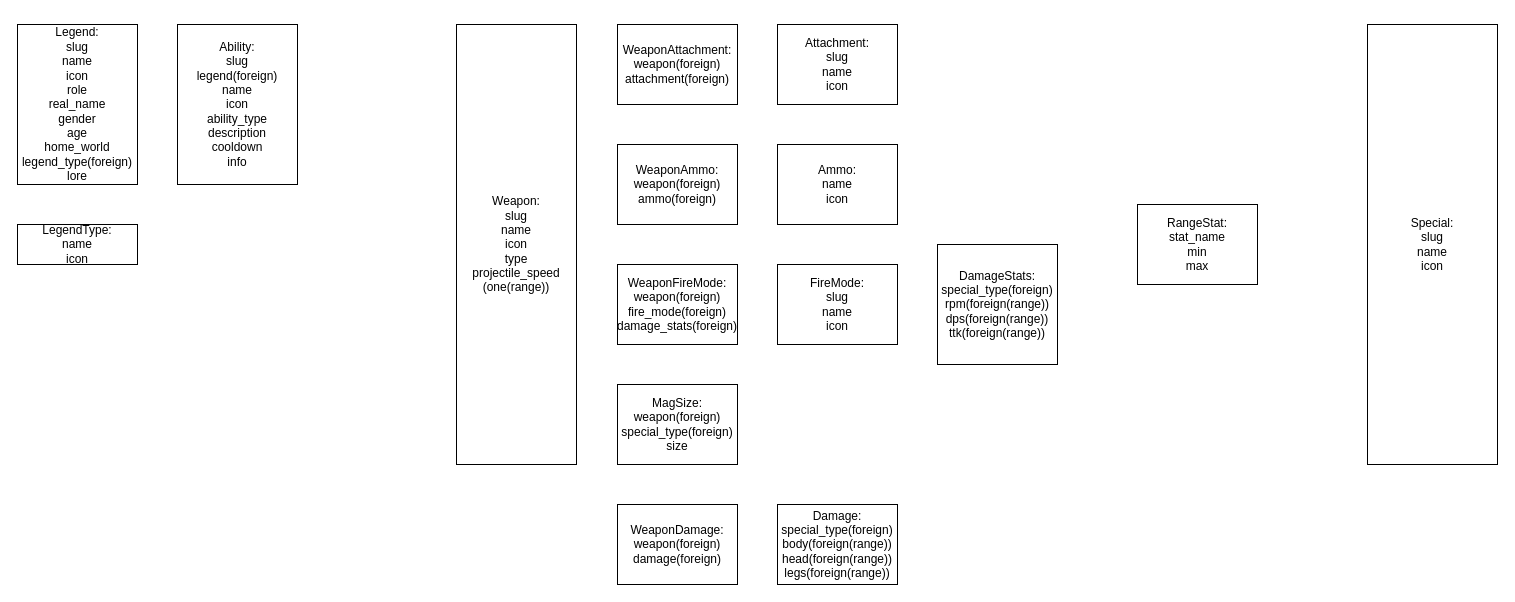
This is docs/db_diagram_v1.0.drawio from mys1erious/apex-buff-backend, a draw.io file, before an edit. Source tidied: cells renumbered, new cells numbered last; positions are measured from the earlier drawing's top-left corner, leaving out a move shared by most shapes. Both pictures are drawn from the tidied source at 100%, with x=0, y=0 at pixel (17, 24).
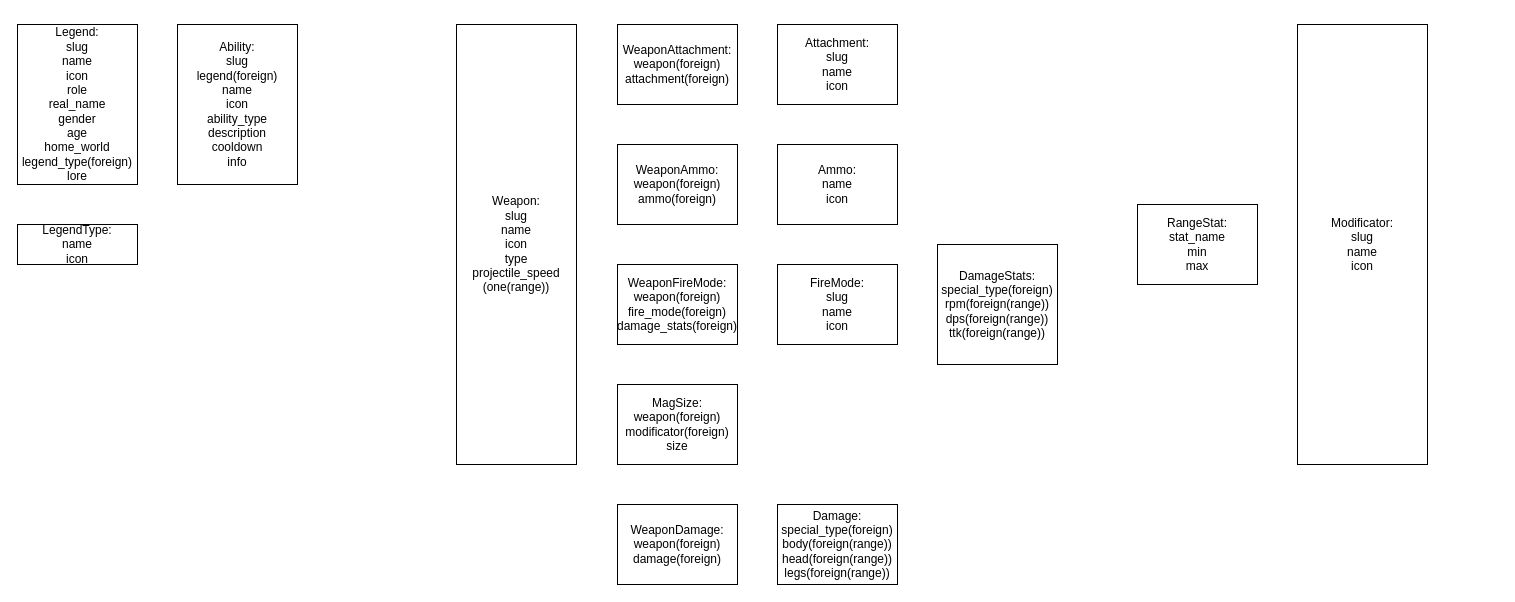
Above is the later version.

Commit message (it also covers changes not shown here):
feat: weapon damage

What changed in the source:
```diff
@@
 <mxGraphModel>
   <root>
     <mxCell id="0" />
     <mxCell id="1" parent="0" />
     <mxCell id="2" style="edgeStyle=orthogonalEdgeStyle;rounded=0;orthogonalLoop=1;jettySize=auto;html=1;exitX=0.5;exitY=0;exitDx=0;exitDy=0;exitPerimeter=0;entryX=0.5;entryY=0;entryDx=0;entryDy=0;" parent="1" edge="1" source="3" target="3">
       <mxGeometry relative="1" as="geometry" />
     </mxCell>
     <mxCell id="3" value="Legend:&lt;br&gt;slug&lt;br&gt;name&lt;br&gt;icon&lt;br&gt;role&lt;br&gt;real_name&lt;br&gt;gender&lt;br&gt;age&lt;br&gt;home_world&lt;br&gt;legend_type(foreign)&lt;br&gt;lore" style="rounded=0;whiteSpace=wrap;html=1;" parent="1" vertex="1">
       <mxGeometry width="120" height="160" as="geometry" />
     </mxCell>
     <mxCell id="4" value="Ability:&lt;br&gt;slug&lt;br&gt;legend(foreign)&lt;br&gt;name&lt;br&gt;icon&lt;br&gt;ability_type&lt;br&gt;description&lt;br&gt;cooldown&lt;br&gt;info" style="rounded=0;whiteSpace=wrap;html=1;" parent="1" vertex="1">
       <mxGeometry x="160" width="120" height="160" as="geometry" />
     </mxCell>
     <mxCell id="5" value="Weapon:&lt;br&gt;slug&lt;br&gt;name&lt;br&gt;icon&lt;br&gt;type&lt;br&gt;projectile_speed&lt;br&gt;(one(range))" style="rounded=0;whiteSpace=wrap;html=1;" parent="1" vertex="1">
       <mxGeometry x="439" width="120" height="440" as="geometry" />
     </mxCell>
     <mxCell id="6" value="LegendType:&lt;br&gt;name&lt;br&gt;icon" style="rounded=0;whiteSpace=wrap;html=1;" parent="1" vertex="1">
       <mxGeometry y="200" width="120" height="40" as="geometry" />
     </mxCell>
     <mxCell id="7" value="Ammo:&lt;br&gt;name&lt;br&gt;icon" style="rounded=0;whiteSpace=wrap;html=1;" parent="1" vertex="1">
       <mxGeometry x="760" y="120" width="120" height="80" as="geometry" />
     </mxCell>
     <mxCell id="8" value="Attachment:&lt;br&gt;slug&lt;br&gt;name&lt;br&gt;icon" style="rounded=0;whiteSpace=wrap;html=1;" parent="1" vertex="1">
       <mxGeometry x="760" width="120" height="80" as="geometry" />
     </mxCell>
     <mxCell id="9" value="WeaponAttachment:&lt;br&gt;weapon(foreign)&lt;br&gt;attachment(foreign)" style="rounded=0;whiteSpace=wrap;html=1;" parent="1" vertex="1">
       <mxGeometry x="600" width="120" height="80" as="geometry" />
     </mxCell>
     <mxCell id="10" value="FireMode:&lt;br&gt;slug&lt;br&gt;name&lt;br&gt;icon" style="rounded=0;whiteSpace=wrap;html=1;" parent="1" vertex="1">
       <mxGeometry x="760" y="240" width="120" height="80" as="geometry" />
     </mxCell>
     <mxCell id="11" value="WeaponFireMode:&lt;br&gt;weapon(foreign)&lt;br&gt;fire_mode(foreign)&lt;br&gt;damage_stats(foreign)" style="rounded=0;whiteSpace=wrap;html=1;" parent="1" vertex="1">
       <mxGeometry x="600" y="240" width="120" height="80" as="geometry" />
     </mxCell>
     <mxCell id="12" value="Damage:&lt;br&gt;special_type(foreign)&lt;br&gt;body(foreign(range))&lt;br&gt;head(foreign(range))&lt;br&gt;legs(foreign(range))" style="rounded=0;whiteSpace=wrap;html=1;" parent="1" vertex="1">
       <mxGeometry x="760" y="480" width="120" height="80" as="geometry" />
     </mxCell>
     <mxCell id="13" value="DamageStats:&lt;br&gt;special_type(foreign)&lt;br&gt;rpm(foreign(range))&lt;br&gt;dps(foreign(range))&lt;br&gt;ttk(foreign(range))" style="rounded=0;whiteSpace=wrap;html=1;" parent="1" vertex="1">
       <mxGeometry x="920" y="220" width="120" height="120" as="geometry" />
     </mxCell>
     <mxCell id="14" value="WeaponAmmo:&lt;br&gt;weapon(foreign)&lt;br&gt;ammo(foreign)" style="rounded=0;whiteSpace=wrap;html=1;" parent="1" vertex="1">
       <mxGeometry x="600" y="120" width="120" height="80" as="geometry" />
     </mxCell>
     <mxCell id="15" value="RangeStat:&lt;br&gt;stat_name&lt;br&gt;min&lt;br&gt;max" style="rounded=0;whiteSpace=wrap;html=1;" parent="1" vertex="1">
       <mxGeometry x="1120" y="180" width="120" height="80" as="geometry" />
     </mxCell>
-    <mxCell id="16" value="Special:&lt;br&gt;slug&lt;br&gt;name&lt;br&gt;icon" style="rounded=0;whiteSpace=wrap;html=1;" parent="1" vertex="1">
-      <mxGeometry x="1350" width="130" height="440" as="geometry" />
-    </mxCell>
-    <mxCell id="17" value="MagSize:&lt;br&gt;weapon(foreign)&lt;br&gt;special_type(foreign)&lt;br&gt;size" style="rounded=0;whiteSpace=wrap;html=1;" parent="1" vertex="1">
-      <mxGeometry x="600" y="360" width="120" height="80" as="geometry" />
-    </mxCell>
+    <mxCell id="19" value="Modificator:&lt;br&gt;slug&lt;br&gt;name&lt;br&gt;icon" style="rounded=0;whiteSpace=wrap;html=1;" parent="1" vertex="1">
+      <mxGeometry x="1280" width="130" height="440" as="geometry" />
+    </mxCell>
+    <mxCell id="20" value="MagSize:&lt;br&gt;weapon(foreign)&lt;br&gt;modificator(foreign)&lt;br&gt;size" style="rounded=0;whiteSpace=wrap;html=1;" parent="1" vertex="1">
+      <mxGeometry x="600" y="360" width="120" height="80" as="geometry" />
+    </mxCell>
     <mxCell id="18" value="WeaponDamage:&lt;br&gt;weapon(foreign)&lt;br&gt;damage(foreign)" style="rounded=0;whiteSpace=wrap;html=1;" parent="1" vertex="1">
       <mxGeometry x="600" y="480" width="120" height="80" as="geometry" />
     </mxCell>
   </root>
 </mxGraphModel>
```
